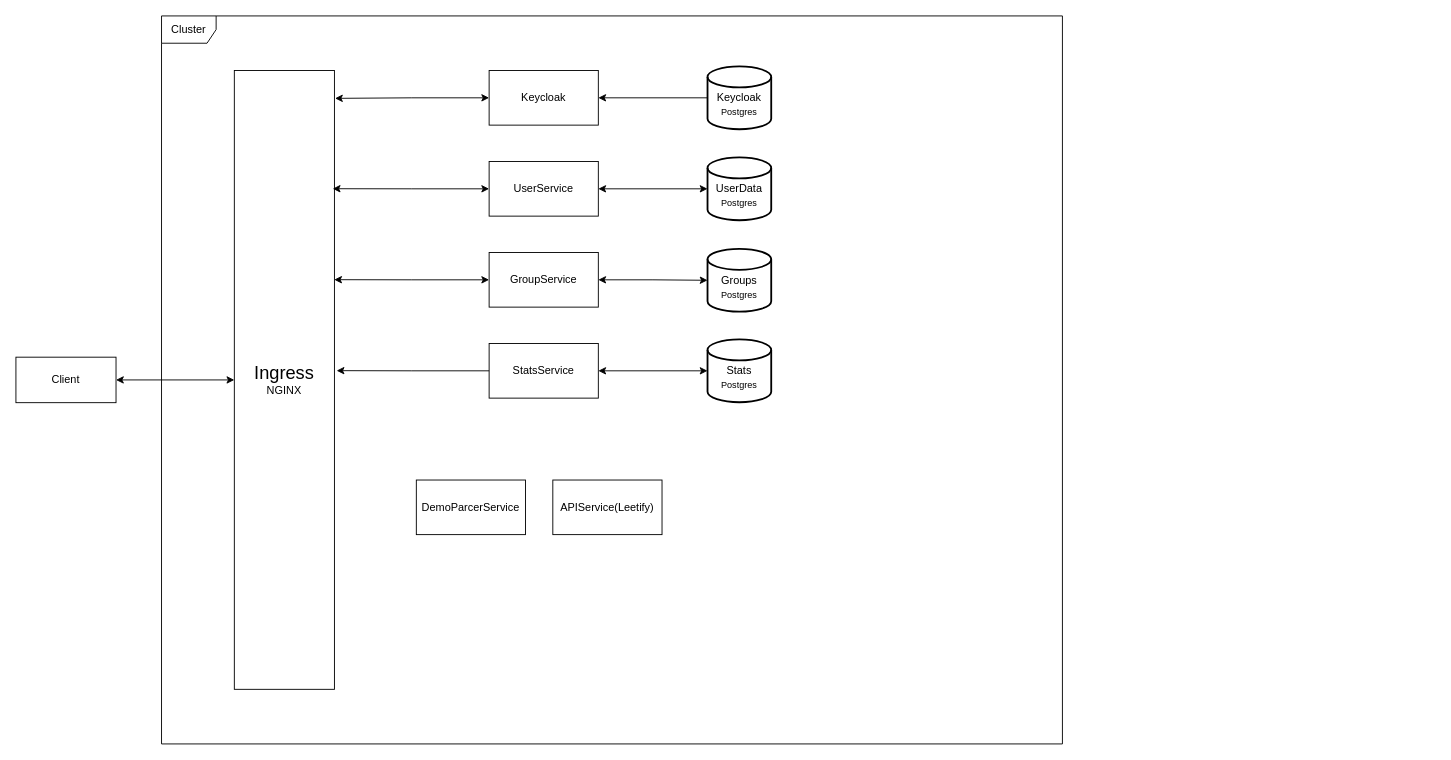
Before: M7011E.drawio in RasmusEng/M7011E-CS2MapPicker, a draw.io diagram. Source tidied: cells renumbered, new cells numbered last; positions are measured from the earlier drawing's top-left corner, leaving out a move shared by most shapes. Both pictures are drawn from the tidied source at 91%, with x=0, y=0 at pixel (15, 15).
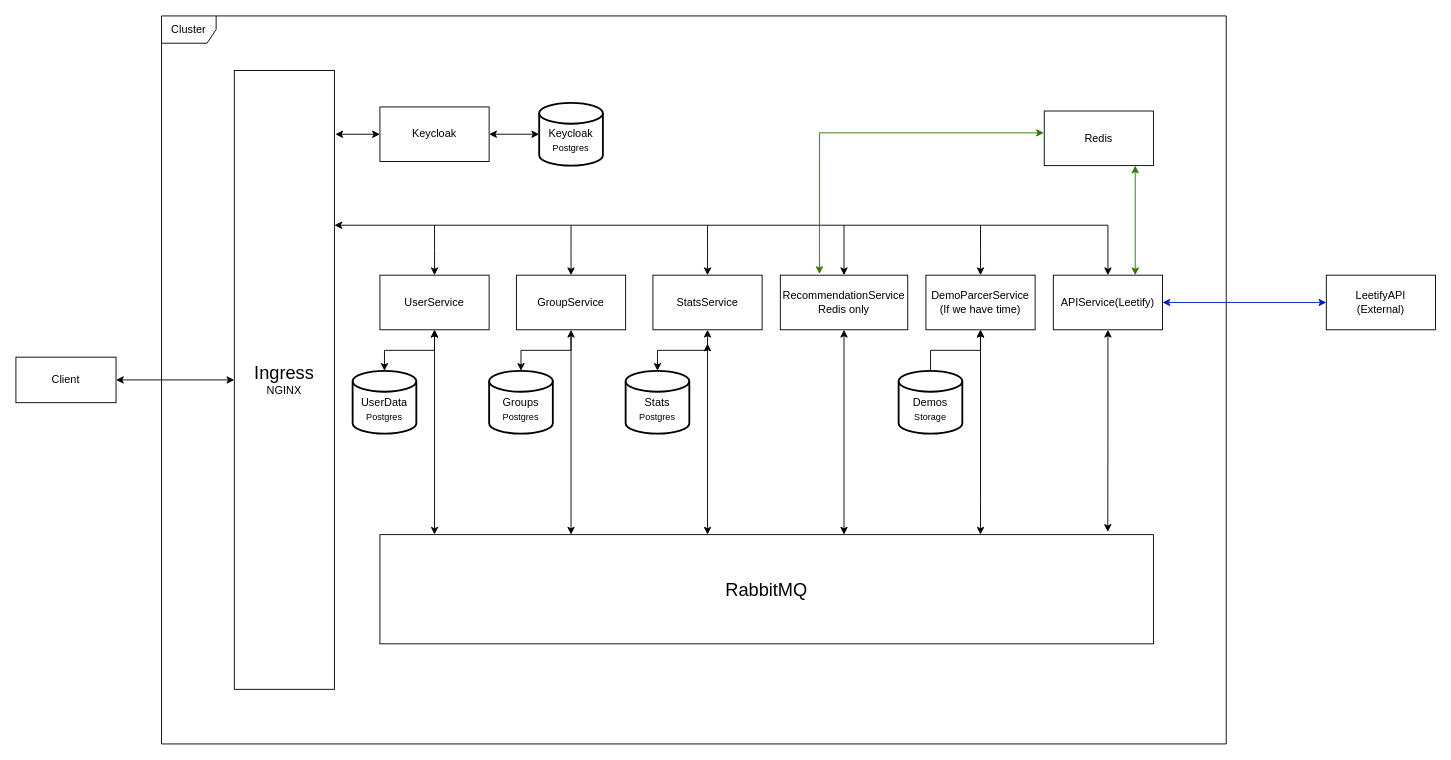
The same page after the edit.

The change refers to these unchanged cells:
```xml
<mxCell id="5" value="&lt;font style=&quot;font-size: 20px;&quot;&gt;Ingress&lt;/font&gt;&lt;br&gt;NGINX" style="html=1;whiteSpace=wrap;" parent="1" vertex="1">
  <mxGeometry x="240" y="60" width="110" height="680" as="geometry" />
</mxCell>
```

What changed in the source:
```diff
@@
     <mxCell id="3" value="Cluster" style="shape=umlFrame;whiteSpace=wrap;html=1;" parent="1" vertex="1">
-      <mxGeometry x="160" width="990" height="800" as="geometry" />
+      <mxGeometry x="160" width="1170" height="800" as="geometry" />
     </mxCell>
@@
     <mxCell id="6" value="Keycloak" style="html=1;whiteSpace=wrap;" parent="1" vertex="1">
-      <mxGeometry x="520" y="60" width="120" height="60" as="geometry" />
+      <mxGeometry x="400" y="100" width="120" height="60" as="geometry" />
     </mxCell>
-    <mxCell id="7" style="edgeStyle=orthogonalEdgeStyle;rounded=0;jettySize=auto;html=1;entryX=1.006;entryY=0.045;entryDx=0;entryDy=0;entryPerimeter=0;defaultLabelBackgroundColor=page;startArrow=classic;startFill=1;" parent="1" edge="1" source="6" target="5">
-      <mxGeometry relative="1" as="geometry" />
-    </mxCell>
@@
+    <mxCell id="24" style="edgeStyle=orthogonalEdgeStyle;rounded=0;jettySize=auto;html=1;defaultLabelBackgroundColor=page;labelPadding=0 4;endArrow=none;endFill=0;startArrow=classic;startFill=1;" parent="1" edge="1" source="9">
+      <mxGeometry relative="1" as="geometry">
+        <mxPoint x="460" y="230" as="targetPoint" />
+      </mxGeometry>
+    </mxCell>
     <mxCell id="9" value="UserService" style="html=1;whiteSpace=wrap;" parent="1" vertex="1">
-      <mxGeometry x="520" y="160" width="120" height="60" as="geometry" />
+      <mxGeometry x="400" y="284.9" width="120" height="60" as="geometry" />
     </mxCell>
+    <mxCell id="25" style="edgeStyle=orthogonalEdgeStyle;rounded=0;jettySize=auto;html=1;defaultLabelBackgroundColor=page;labelPadding=0 4;endArrow=none;endFill=0;startArrow=classic;startFill=1;" parent="1" edge="1" source="10">
+      <mxGeometry relative="1" as="geometry">
+        <mxPoint x="760" y="230" as="targetPoint" />
+      </mxGeometry>
+    </mxCell>
     <mxCell id="10" value="StatsService" style="html=1;whiteSpace=wrap;" parent="1" vertex="1">
-      <mxGeometry x="520" y="360" width="120" height="60" as="geometry" />
+      <mxGeometry x="700" y="284.9" width="120" height="60" as="geometry" />
     </mxCell>
-    <mxCell id="11" style="edgeStyle=orthogonalEdgeStyle;rounded=0;jettySize=auto;html=1;defaultLabelBackgroundColor=page;startArrow=classic;startFill=1;" parent="1" edge="1" source="12" target="20">
+    <mxCell id="11" style="edgeStyle=orthogonalEdgeStyle;rounded=0;jettySize=auto;html=1;defaultLabelBackgroundColor=page;startArrow=classic;startFill=1;endArrow=classic;endFill=1;" parent="1" edge="1" source="12" target="20">
       <mxGeometry relative="1" as="geometry" />
     </mxCell>
+    <mxCell id="26" style="edgeStyle=orthogonalEdgeStyle;rounded=0;jettySize=auto;html=1;defaultLabelBackgroundColor=page;labelPadding=0 4;endArrow=none;endFill=0;startArrow=classic;startFill=1;" parent="1" edge="1" source="12">
+      <mxGeometry relative="1" as="geometry">
+        <mxPoint x="610" y="230" as="targetPoint" />
+      </mxGeometry>
+    </mxCell>
     <mxCell id="12" value="GroupService" style="html=1;whiteSpace=wrap;" parent="1" vertex="1">
-      <mxGeometry x="520" y="260" width="120" height="60" as="geometry" />
+      <mxGeometry x="550" y="284.9" width="120" height="60" as="geometry" />
     </mxCell>
+    <mxCell id="27" style="edgeStyle=orthogonalEdgeStyle;rounded=0;jettySize=auto;html=1;entryX=1;entryY=0.25;entryDx=0;entryDy=0;defaultLabelBackgroundColor=page;labelPadding=0 4;startArrow=classic;startFill=1;" parent="1" edge="1" source="13" target="5">
+      <mxGeometry x="0.03" relative="1" as="geometry">
+        <Array as="points">
+          <mxPoint x="1200" y="230" />
+        </Array>
+      </mxGeometry>
+    </mxCell>
+    <mxCell id="28" style="edgeStyle=orthogonalEdgeStyle;rounded=0;jettySize=auto;html=1;defaultLabelBackgroundColor=page;labelPadding=0 4;fillColor=#0050ef;strokeColor=light-dark(#001DBC,#33FFFF);startArrow=classic;startFill=1;" parent="1" edge="1" source="13" target="46">
+      <mxGeometry relative="1" as="geometry" />
+    </mxCell>
     <mxCell id="13" value="APIService(Leetify)" style="html=1;whiteSpace=wrap;" parent="1" vertex="1">
-      <mxGeometry x="590" y="510" width="120" height="60" as="geometry" />
+      <mxGeometry x="1140" y="284.9" width="120" height="60" as="geometry" />
     </mxCell>
+    <mxCell id="29" style="edgeStyle=orthogonalEdgeStyle;rounded=0;jettySize=auto;html=1;defaultLabelBackgroundColor=page;labelPadding=0 4;endArrow=none;endFill=0;startArrow=classic;startFill=1;" parent="1" edge="1" source="14">
+      <mxGeometry relative="1" as="geometry">
+        <mxPoint x="1060" y="230" as="targetPoint" />
+      </mxGeometry>
+    </mxCell>
-    <mxCell id="14" value="DemoParcerService" style="html=1;whiteSpace=wrap;" parent="1" vertex="1">
-      <mxGeometry x="440" y="510" width="120" height="60" as="geometry" />
+    <mxCell id="14" value="DemoParcerService&lt;br&gt;(If we have time)" style="html=1;whiteSpace=wrap;" parent="1" vertex="1">
+      <mxGeometry x="1000" y="284.9" width="120" height="60" as="geometry" />
     </mxCell>
-    <mxCell id="15" style="edgeStyle=orthogonalEdgeStyle;rounded=0;jettySize=auto;html=1;entryX=0.983;entryY=0.191;entryDx=0;entryDy=0;entryPerimeter=0;defaultLabelBackgroundColor=page;startArrow=classic;startFill=1;" parent="1" edge="1" source="9" target="5">
-      <mxGeometry x="0.01" relative="1" as="geometry" />
-    </mxCell>
-    <mxCell id="16" style="edgeStyle=orthogonalEdgeStyle;rounded=0;jettySize=auto;html=1;entryX=0.998;entryY=0.338;entryDx=0;entryDy=0;entryPerimeter=0;defaultLabelBackgroundColor=page;startArrow=classic;startFill=1;" parent="1" edge="1" source="12" target="5">
-      <mxGeometry relative="1" as="geometry" />
-    </mxCell>
-    <mxCell id="17" style="edgeStyle=orthogonalEdgeStyle;rounded=0;jettySize=auto;html=1;entryX=1;entryY=0.5;entryDx=0;entryDy=0;defaultLabelBackgroundColor=page;" parent="1" edge="1" source="18" target="6">
+    <mxCell id="17" style="edgeStyle=orthogonalEdgeStyle;rounded=0;jettySize=auto;html=1;entryX=1;entryY=0.5;entryDx=0;entryDy=0;defaultLabelBackgroundColor=page;labelPadding=0 4;startArrow=classic;startFill=1;" parent="1" edge="1" source="18" target="6">
       <mxGeometry relative="1" as="geometry" />
     </mxCell>
     <mxCell id="18" value="&lt;div&gt;&lt;br&gt;&lt;/div&gt;&lt;div&gt;Keycloak&lt;br&gt;&lt;/div&gt;&lt;div&gt;&lt;font style=&quot;font-size: 10px;&quot;&gt;Postgres&lt;/font&gt;&lt;/div&gt;" style="strokeWidth=2;html=1;shape=mxgraph.flowchart.database;whiteSpace=wrap;" parent="1" vertex="1">
-      <mxGeometry x="760" y="55.5" width="70" height="69" as="geometry" />
+      <mxGeometry x="575" y="95.5" width="70" height="69" as="geometry" />
     </mxCell>
     <mxCell id="19" value="&lt;div&gt;&lt;br&gt;&lt;/div&gt;&lt;div&gt;UserData&lt;/div&gt;&lt;div&gt;&lt;font style=&quot;font-size: 10px;&quot;&gt;Postgres&lt;/font&gt;&lt;/div&gt;" style="strokeWidth=2;html=1;shape=mxgraph.flowchart.database;whiteSpace=wrap;" parent="1" vertex="1">
-      <mxGeometry x="760" y="155.5" width="70" height="69" as="geometry" />
+      <mxGeometry x="370" y="390" width="70" height="69" as="geometry" />
     </mxCell>
     <mxCell id="20" value="&lt;div&gt;&lt;br&gt;&lt;/div&gt;&lt;div&gt;Groups&lt;/div&gt;&lt;div&gt;&lt;font style=&quot;font-size: 10px;&quot;&gt;Postgres&lt;/font&gt;&lt;/div&gt;" style="strokeWidth=2;html=1;shape=mxgraph.flowchart.database;whiteSpace=wrap;" parent="1" vertex="1">
-      <mxGeometry x="760" y="256" width="70" height="69" as="geometry" />
+      <mxGeometry x="520" y="390" width="70" height="69" as="geometry" />
     </mxCell>
-    <mxCell id="21" style="edgeStyle=orthogonalEdgeStyle;rounded=0;jettySize=auto;html=1;entryX=1.022;entryY=0.485;entryDx=0;entryDy=0;entryPerimeter=0;defaultLabelBackgroundColor=page;" parent="1" edge="1" source="10" target="5">
-      <mxGeometry relative="1" as="geometry" />
-    </mxCell>
+    <mxCell id="30" style="edgeStyle=orthogonalEdgeStyle;rounded=0;jettySize=auto;html=1;entryX=0.5;entryY=1;entryDx=0;entryDy=0;defaultLabelBackgroundColor=page;labelPadding=0 4;startArrow=classic;startFill=1;" parent="1" edge="1" source="22" target="10">
+      <mxGeometry relative="1" as="geometry" />
+    </mxCell>
     <mxCell id="22" value="&lt;div&gt;&lt;br&gt;&lt;/div&gt;&lt;div&gt;Stats&lt;/div&gt;&lt;div&gt;&lt;font style=&quot;font-size: 10px;&quot;&gt;Postgres&lt;/font&gt;&lt;/div&gt;" style="strokeWidth=2;html=1;shape=mxgraph.flowchart.database;whiteSpace=wrap;" parent="1" vertex="1">
-      <mxGeometry x="760" y="355.5" width="70" height="69" as="geometry" />
+      <mxGeometry x="670" y="390" width="70" height="69" as="geometry" />
     </mxCell>
-    <mxCell id="23" style="edgeStyle=orthogonalEdgeStyle;rounded=0;jettySize=auto;html=1;entryX=0;entryY=0.5;entryDx=0;entryDy=0;entryPerimeter=0;defaultLabelBackgroundColor=page;startArrow=classic;startFill=1;" parent="1" edge="1" source="10" target="22">
-      <mxGeometry relative="1" as="geometry" />
-    </mxCell>
+    <mxCell id="7" style="edgeStyle=orthogonalEdgeStyle;rounded=0;jettySize=auto;html=1;entryX=1.009;entryY=0.103;entryDx=0;entryDy=0;entryPerimeter=0;defaultLabelBackgroundColor=page;labelPadding=0 4;startArrow=classic;startFill=1;" parent="1" edge="1" source="6" target="5">
+      <mxGeometry relative="1" as="geometry" />
+    </mxCell>
+    <mxCell id="31" style="edgeStyle=orthogonalEdgeStyle;rounded=0;orthogonalLoop=1;jettySize=auto;html=1;innerLoopWaypoints=1;exitX=0.5;exitY=1;exitDx=0;exitDy=0;defaultLabelBackgroundColor=page;labelPadding=0 4;" parent="1" edge="1" source="13" target="13">
+      <mxGeometry relative="1" as="geometry" />
+    </mxCell>
+    <mxCell id="32" style="edgeStyle=orthogonalEdgeStyle;rounded=0;jettySize=auto;html=1;defaultLabelBackgroundColor=page;labelPadding=0 4;startArrow=classic;startFill=1;" parent="1" edge="1" source="37">
+      <mxGeometry relative="1" as="geometry">
+        <mxPoint x="760" y="360" as="targetPoint" />
+        <Array as="points">
+          <mxPoint x="760" y="520" />
+          <mxPoint x="760" y="520" />
+        </Array>
+      </mxGeometry>
+    </mxCell>
+    <mxCell id="33" style="edgeStyle=orthogonalEdgeStyle;rounded=0;jettySize=auto;html=1;defaultLabelBackgroundColor=page;labelPadding=0 4;startArrow=classic;startFill=1;endArrow=none;endFill=0;" parent="1" edge="1" source="37">
+      <mxGeometry relative="1" as="geometry">
+        <mxPoint x="610" y="350" as="targetPoint" />
+        <Array as="points">
+          <mxPoint x="610" y="520" />
+          <mxPoint x="610" y="520" />
+        </Array>
+      </mxGeometry>
+    </mxCell>
+    <mxCell id="34" style="edgeStyle=orthogonalEdgeStyle;rounded=0;jettySize=auto;html=1;defaultLabelBackgroundColor=page;labelPadding=0 4;startArrow=classic;startFill=1;" parent="1" edge="1" source="37" target="9">
+      <mxGeometry relative="1" as="geometry">
+        <Array as="points">
+          <mxPoint x="460" y="510" />
+          <mxPoint x="460" y="510" />
+        </Array>
+      </mxGeometry>
+    </mxCell>
+    <mxCell id="35" style="edgeStyle=orthogonalEdgeStyle;rounded=0;jettySize=auto;html=1;entryX=0.5;entryY=1;entryDx=0;entryDy=0;defaultLabelBackgroundColor=page;labelPadding=0 4;startArrow=classic;startFill=1;" parent="1" edge="1" source="37" target="14">
+      <mxGeometry relative="1" as="geometry">
+        <Array as="points">
+          <mxPoint x="1060" y="530" />
+          <mxPoint x="1060" y="530" />
+        </Array>
+      </mxGeometry>
+    </mxCell>
+    <mxCell id="36" style="edgeStyle=orthogonalEdgeStyle;rounded=0;jettySize=auto;html=1;entryX=0.5;entryY=1;entryDx=0;entryDy=0;defaultLabelBackgroundColor=page;labelPadding=0 4;startArrow=classic;startFill=1;" parent="1" edge="1" source="37" target="41">
+      <mxGeometry relative="1" as="geometry">
+        <Array as="points">
+          <mxPoint x="910" y="510" />
+          <mxPoint x="910" y="510" />
+        </Array>
+      </mxGeometry>
+    </mxCell>
+    <mxCell id="37" value="&lt;span style=&quot;font-size: 20px;&quot;&gt;RabbitMQ&lt;/span&gt;" style="html=1;whiteSpace=wrap;" parent="1" vertex="1">
+      <mxGeometry x="400" y="570" width="850" height="120" as="geometry" />
+    </mxCell>
+    <mxCell id="38" style="edgeStyle=orthogonalEdgeStyle;rounded=0;jettySize=auto;html=1;defaultLabelBackgroundColor=page;labelPadding=0 4;" parent="1" edge="1" source="39" target="14">
+      <mxGeometry relative="1" as="geometry" />
+    </mxCell>
+    <mxCell id="39" value="&lt;div&gt;&lt;br&gt;&lt;/div&gt;&lt;div&gt;Demos&lt;/div&gt;&lt;div&gt;&lt;span style=&quot;font-size: 10px;&quot;&gt;Storage&lt;/span&gt;&lt;/div&gt;" style="strokeWidth=2;html=1;shape=mxgraph.flowchart.database;whiteSpace=wrap;" parent="1" vertex="1">
+      <mxGeometry x="970" y="390" width="70" height="69" as="geometry" />
+    </mxCell>
+    <mxCell id="40" style="edgeStyle=orthogonalEdgeStyle;rounded=0;jettySize=auto;html=1;defaultLabelBackgroundColor=page;labelPadding=0 4;endArrow=none;endFill=0;startArrow=classic;startFill=1;" parent="1" edge="1" source="41">
+      <mxGeometry relative="1" as="geometry">
+        <mxPoint x="910" y="230" as="targetPoint" />
+      </mxGeometry>
+    </mxCell>
+    <mxCell id="41" value="RecommendationService&lt;br&gt;Redis only" style="html=1;whiteSpace=wrap;" parent="1" vertex="1">
+      <mxGeometry x="840" y="284.9" width="140" height="60" as="geometry" />
+    </mxCell>
+    <mxCell id="42" style="edgeStyle=orthogonalEdgeStyle;rounded=0;jettySize=auto;html=1;entryX=0.941;entryY=-0.025;entryDx=0;entryDy=0;entryPerimeter=0;defaultLabelBackgroundColor=page;labelPadding=0 4;startArrow=classic;startFill=1;" parent="1" edge="1" source="13" target="37">
+      <mxGeometry x="-0.01" relative="1" as="geometry" />
+    </mxCell>
+    <mxCell id="43" style="edgeStyle=orthogonalEdgeStyle;rounded=0;jettySize=auto;html=1;entryX=0.75;entryY=0;entryDx=0;entryDy=0;defaultLabelBackgroundColor=page;labelPadding=0 4;fillColor=#60a917;strokeColor=#2D7600;startArrow=classic;startFill=1;" parent="1" edge="1" source="44" target="13">
+      <mxGeometry relative="1" as="geometry">
+        <Array as="points">
+          <mxPoint x="1230" y="190" />
+          <mxPoint x="1230" y="190" />
+        </Array>
+      </mxGeometry>
+    </mxCell>
+    <mxCell id="44" value="Redis" style="html=1;whiteSpace=wrap;" parent="1" vertex="1">
+      <mxGeometry x="1130" y="104.5" width="120" height="60" as="geometry" />
+    </mxCell>
+    <mxCell id="45" style="edgeStyle=orthogonalEdgeStyle;rounded=0;jettySize=auto;html=1;entryX=-0.003;entryY=0.4;entryDx=0;entryDy=0;entryPerimeter=0;defaultLabelBackgroundColor=page;labelPadding=0 4;exitX=0.307;exitY=-0.023;exitDx=0;exitDy=0;exitPerimeter=0;fillColor=#60a917;strokeColor=#2D7600;startArrow=classic;startFill=1;" parent="1" edge="1" source="41" target="44">
+      <mxGeometry x="0.18" relative="1" as="geometry">
+        <Array as="points">
+          <mxPoint x="883" y="128.5" />
+        </Array>
+      </mxGeometry>
+    </mxCell>
+    <mxCell id="46" value="LeetifyAPI&lt;div&gt;(External)&lt;/div&gt;" style="html=1;whiteSpace=wrap;" parent="1" vertex="1">
+      <mxGeometry x="1440" y="284.9" width="120" height="60" as="geometry" />
+    </mxCell>
```
